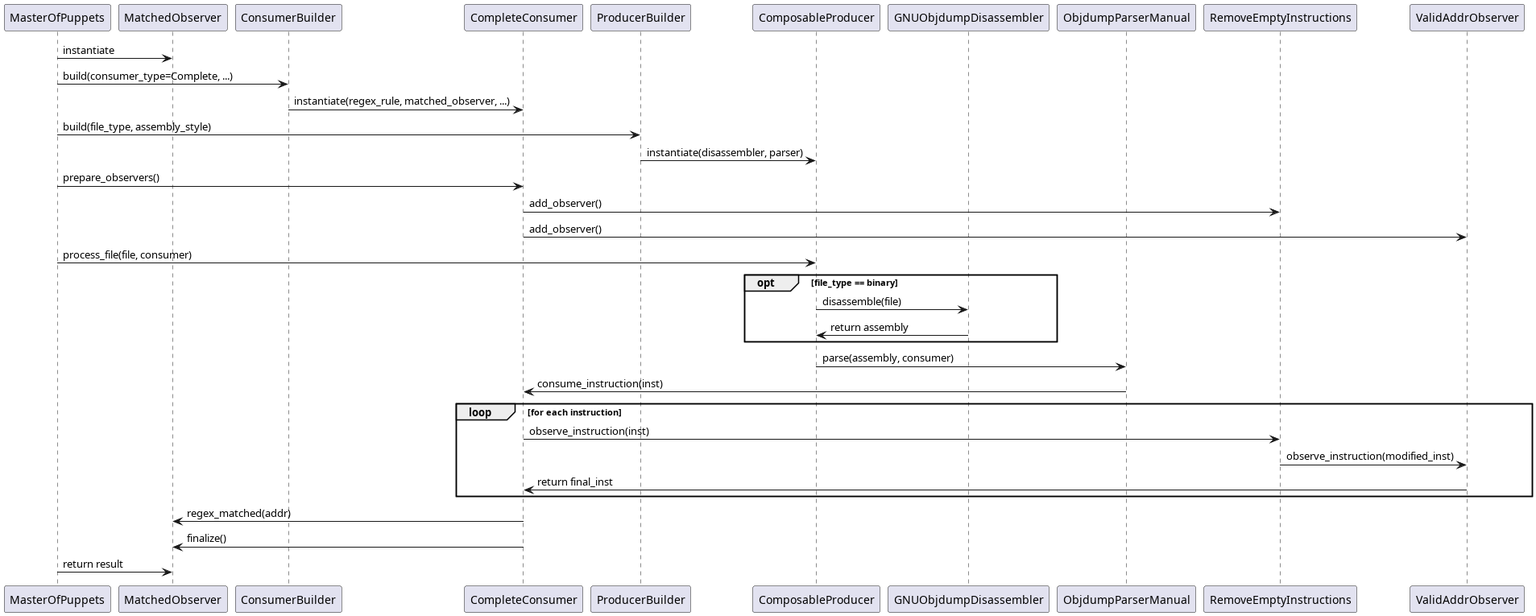
Earlier version of the PlantUML export design/stringify_asm_module/sequence_diagram_stringify_asm.png (JukMR/JASM).
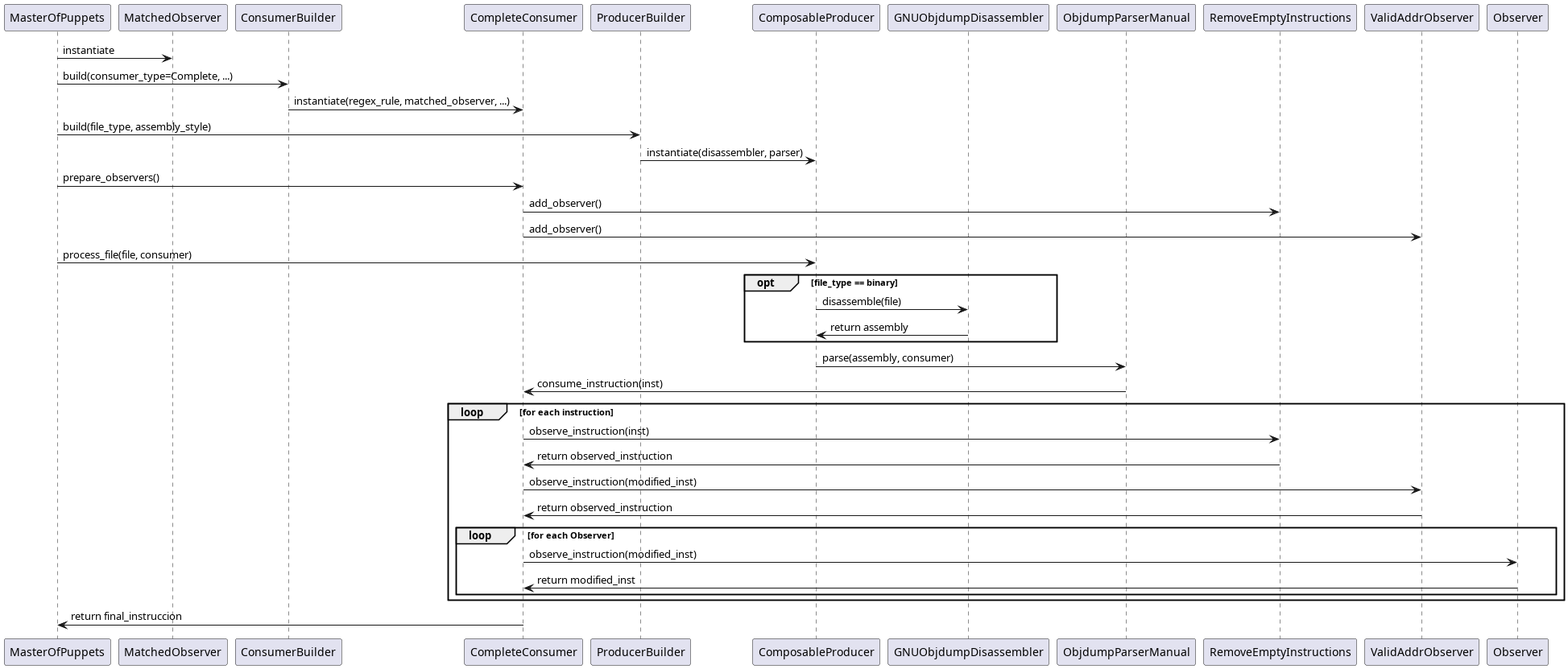
Later version of the same file.

Commit message:
Add new sequence diagram for the stringify_asm_module

Change to the diagram source:
```diff
@@ -1,4 +1,4 @@
-@startuml stringify_asm_secuencial_diagram
+@startuml sequence_diagram_stringify_asm
 
 
 participant MasterOfPuppets
@@ -11,6 +11,7 @@
 participant ObjdumpParserManual
 participant RemoveEmptyInstructions
 participant ValidAddrObserver
+participant Observer
 
 MasterOfPuppets -> MatchedObserver : instantiate
 MasterOfPuppets -> ConsumerBuilder : build(consumer_type=Complete, ...)
@@ -32,12 +33,16 @@
 
 loop for each instruction
     CompleteConsumer -> RemoveEmptyInstructions : observe_instruction(inst)
-    RemoveEmptyInstructions -> ValidAddrObserver : observe_instruction(modified_inst)
-    ValidAddrObserver -> CompleteConsumer : return final_inst
+    RemoveEmptyInstructions -> CompleteConsumer : return observed_instruction
+
+    CompleteConsumer -> ValidAddrObserver : observe_instruction(modified_inst)
+    ValidAddrObserver -> CompleteConsumer : return observed_instruction
+    loop for each Observer
+        CompleteConsumer -> Observer : observe_instruction(modified_inst)
+        Observer -> CompleteConsumer : return modified_inst
+    end
 end
 
-CompleteConsumer -> MatchedObserver : regex_matched(addr)
-CompleteConsumer -> MatchedObserver : finalize()
-MasterOfPuppets -> MatchedObserver : return result
+CompleteConsumer -> MasterOfPuppets : return final_instruccion
 
 @enduml
```
